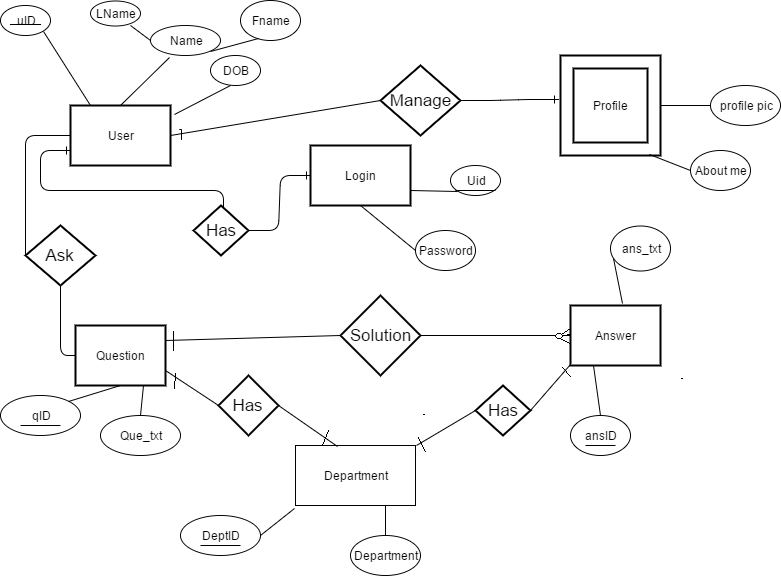
Earlier version of the draw.io export ER-Diagram.png (jefhunt/Educational-Networking-Tool). Source tidied: cells renumbered, new cells last; positions are measured from the earlier drawing's top-left corner, leaving out a move shared by most shapes. The source it was exported from:
```xml
<mxGraphModel background="#ffffff">
  <root>
    <mxCell id="0" />
    <mxCell id="1" parent="0" />
    <mxCell id="2" style="edgeStyle=entityRelationEdgeStyle;html=1;endArrow=ERone;endFill=1;entryX=0;entryY=0.75;exitX=0;exitY=0.5;" parent="1" edge="1" source="22" target="3">
      <mxGeometry relative="1" as="geometry" />
    </mxCell>
    <mxCell id="3" value="User" style="strokeWidth=2;whiteSpace=wrap;html=1;align=center;" parent="1" vertex="1">
      <mxGeometry x="70" y="105" width="100" height="60" as="geometry" />
    </mxCell>
    <mxCell id="4" value="Question" style="strokeWidth=2;whiteSpace=wrap;html=1;align=center;" parent="1" vertex="1">
      <mxGeometry x="75" y="325" width="90" height="60" as="geometry" />
    </mxCell>
    <mxCell id="5" value="Login" style="strokeWidth=2;whiteSpace=wrap;html=1;align=center;" parent="1" vertex="1">
      <mxGeometry x="310" y="145" width="100" height="60" as="geometry" />
    </mxCell>
    <mxCell id="6" value="Answer" style="strokeWidth=2;whiteSpace=wrap;html=1;align=center;" parent="1" vertex="1">
      <mxGeometry x="570" y="305" width="90" height="60" as="geometry" />
    </mxCell>
    <mxCell id="7" value="qID" style="ellipse;whiteSpace=wrap;html=1;" parent="1" vertex="1">
      <mxGeometry y="395" width="80" height="40" as="geometry" />
    </mxCell>
    <mxCell id="8" value="Que_txt" style="ellipse;whiteSpace=wrap;html=1;" parent="1" vertex="1">
      <mxGeometry x="100" y="415" width="80" height="40" as="geometry" />
    </mxCell>
    <mxCell id="9" value="Solution" style="shape=rhombus;strokeWidth=2;fontSize=17;perimeter=rhombusPerimeter;whiteSpace=wrap;html=1;align=center;" parent="1" vertex="1">
      <mxGeometry x="340" y="295" width="80" height="80" as="geometry" />
    </mxCell>
    <mxCell id="10" value="uID" style="ellipse;whiteSpace=wrap;html=1;" parent="1" vertex="1">
      <mxGeometry y="5" width="50" height="30" as="geometry" />
    </mxCell>
    <mxCell id="11" value="Profile" style="shape=ext;strokeWidth=2;margin=10;double=1;whiteSpace=wrap;html=1;align=center;" parent="1" vertex="1">
      <mxGeometry x="560" y="55" width="100" height="100" as="geometry" />
    </mxCell>
    <mxCell id="12" value="Name" style="ellipse;whiteSpace=wrap;html=1;" parent="1" vertex="1">
      <mxGeometry x="150" y="25" width="70" height="30" as="geometry" />
    </mxCell>
    <mxCell id="13" value="Fname" style="ellipse;whiteSpace=wrap;html=1;" parent="1" vertex="1">
      <mxGeometry x="240" width="60" height="40" as="geometry" />
    </mxCell>
    <mxCell id="14" value="LName" style="ellipse;whiteSpace=wrap;html=1;" parent="1" vertex="1">
      <mxGeometry x="90" width="50" height="25" as="geometry" />
    </mxCell>
    <mxCell id="15" value="Uid" style="ellipse;whiteSpace=wrap;html=1;" parent="1" vertex="1">
      <mxGeometry x="450" y="165" width="50" height="30" as="geometry" />
    </mxCell>
    <mxCell id="16" style="endArrow=none;html=1;exitX=1;exitY=1;" parent="1" edge="1" source="10">
      <mxGeometry relative="1" as="geometry">
        <mxPoint x="90" y="105" as="targetPoint" />
      </mxGeometry>
    </mxCell>
    <mxCell id="17" style="endArrow=none;html=1;entryX=0.271;entryY=1.067;entryPerimeter=0;exitX=0.5;exitY=0;" parent="1" edge="1" source="3" target="12">
      <mxGeometry relative="1" as="geometry" />
    </mxCell>
    <mxCell id="18" style="endArrow=none;html=1;exitX=0;exitY=0.5;" parent="1" edge="1" source="12">
      <mxGeometry relative="1" as="geometry">
        <mxPoint x="130" y="25" as="targetPoint" />
      </mxGeometry>
    </mxCell>
    <mxCell id="19" style="endArrow=none;html=1;entryX=0.3;entryY=0.95;entryPerimeter=0;exitX=1;exitY=1;" parent="1" edge="1" source="12" target="13">
      <mxGeometry relative="1" as="geometry" />
    </mxCell>
    <mxCell id="20" value="DOB" style="ellipse;whiteSpace=wrap;html=1;" parent="1" vertex="1">
      <mxGeometry x="210" y="55" width="50" height="30" as="geometry" />
    </mxCell>
    <mxCell id="21" style="endArrow=none;html=1;exitX=1.04;exitY=0.15;exitPerimeter=0;" parent="1" edge="1" source="3">
      <mxGeometry relative="1" as="geometry">
        <mxPoint x="230" y="85" as="targetPoint" />
      </mxGeometry>
    </mxCell>
    <mxCell id="22" value="Has" style="shape=rhombus;strokeWidth=2;fontSize=17;perimeter=rhombusPerimeter;whiteSpace=wrap;html=1;align=center;" parent="1" vertex="1">
      <mxGeometry x="193" y="205" width="55" height="50" as="geometry" />
    </mxCell>
    <mxCell id="23" style="edgeStyle=entityRelationEdgeStyle;html=1;endArrow=ERone;endFill=1;entryX=0;entryY=0.5;exitX=1;exitY=0.5;" parent="1" edge="1" source="22" target="5">
      <mxGeometry relative="1" as="geometry" />
    </mxCell>
    <mxCell id="24" value="Manage" style="shape=rhombus;strokeWidth=2;fontSize=17;perimeter=rhombusPerimeter;whiteSpace=wrap;html=1;align=center;" parent="1" vertex="1">
      <mxGeometry x="380" y="65" width="80" height="70" as="geometry" />
    </mxCell>
    <mxCell id="25" style="edgeStyle=entityRelationEdgeStyle;html=1;endArrow=ERone;endFill=1;entryX=-0.02;entryY=0.44;entryPerimeter=0;exitX=1;exitY=0.5;" parent="1" edge="1" source="24" target="11">
      <mxGeometry relative="1" as="geometry" />
    </mxCell>
    <mxCell id="26" style="edgeStyle=entityRelationEdgeStyle;html=1;endArrow=ERone;endFill=1;entryX=0;entryY=0.5;exitX=1;exitY=0.5;" parent="1" edge="1" source="9" target="6">
      <mxGeometry relative="1" as="geometry" />
    </mxCell>
    <mxCell id="27" value="Ask" style="shape=rhombus;strokeWidth=2;fontSize=17;perimeter=rhombusPerimeter;whiteSpace=wrap;html=1;align=center;" parent="1" vertex="1">
      <mxGeometry x="25" y="225" width="70" height="60" as="geometry" />
    </mxCell>
    <mxCell id="28" style="endArrow=none;html=1;entryX=0;entryY=0.5;exitX=0.5;exitY=1;" parent="1" edge="1" source="27" target="4">
      <mxGeometry relative="1" as="geometry">
        <Array as="points">
          <mxPoint x="60" y="355" />
        </Array>
      </mxGeometry>
    </mxCell>
    <mxCell id="29" style="endArrow=none;html=1;entryX=0;entryY=0.5;exitX=0;exitY=0.5;" parent="1" edge="1" source="27" target="3">
      <mxGeometry relative="1" as="geometry">
        <Array as="points">
          <mxPoint x="25" y="135" />
        </Array>
      </mxGeometry>
    </mxCell>
    <mxCell id="30" style="endArrow=none;html=1;entryX=0;entryY=0.5;exitX=1;exitY=0.25;" parent="1" edge="1" source="4" target="9">
      <mxGeometry relative="1" as="geometry" />
    </mxCell>
    <mxCell id="31" style="endArrow=none;html=1;exitX=0.5;exitY=0;entryX=0.75;entryY=1;" parent="1" edge="1" source="8" target="4">
      <mxGeometry relative="1" as="geometry" />
    </mxCell>
    <mxCell id="32" style="endArrow=none;html=1;exitX=1;exitY=0;entryX=0.5;entryY=1;" parent="1" edge="1" source="7" target="4">
      <mxGeometry relative="1" as="geometry" />
    </mxCell>
    <mxCell id="33" style="endArrow=none;html=1;entryX=0;entryY=1;exitX=1;exitY=0.75;" parent="1" edge="1" source="5" target="15">
      <mxGeometry relative="1" as="geometry" />
    </mxCell>
    <mxCell id="34" value="Password" style="ellipse;whiteSpace=wrap;html=1;" parent="1" vertex="1">
      <mxGeometry x="415" y="230" width="60" height="40" as="geometry" />
    </mxCell>
    <mxCell id="35" style="endArrow=none;html=1;entryX=0;entryY=0.5;exitX=0.5;exitY=1;" parent="1" edge="1" source="5" target="34">
      <mxGeometry relative="1" as="geometry" />
    </mxCell>
    <mxCell id="36" style="endArrow=none;html=1;entryX=0;entryY=0.5;exitX=1;exitY=0.5;" parent="1" edge="1" source="3" target="24">
      <mxGeometry relative="1" as="geometry" />
    </mxCell>
    <mxCell id="37" value="ansID" style="ellipse;whiteSpace=wrap;html=1;" parent="1" vertex="1">
      <mxGeometry x="570" y="415" width="60" height="40" as="geometry" />
    </mxCell>
    <mxCell id="38" style="endArrow=none;html=1;entryX=0.25;entryY=1;exitX=0.5;exitY=0;" parent="1" edge="1" source="37" target="6">
      <mxGeometry relative="1" as="geometry" />
    </mxCell>
    <mxCell id="39" value="ans_txt" style="ellipse;whiteSpace=wrap;html=1;" parent="1" vertex="1">
      <mxGeometry x="610" y="225" width="60" height="45" as="geometry" />
    </mxCell>
    <mxCell id="40" value="About me" style="ellipse;whiteSpace=wrap;html=1;" parent="1" vertex="1">
      <mxGeometry x="690" y="150" width="60" height="40" as="geometry" />
    </mxCell>
    <mxCell id="41" value="profile pic" style="ellipse;whiteSpace=wrap;html=1;" parent="1" vertex="1">
      <mxGeometry x="710" y="85" width="70" height="40" as="geometry" />
    </mxCell>
    <mxCell id="42" style="endArrow=none;html=1;entryX=0;entryY=0.5;exitX=0.89;exitY=0.99;exitPerimeter=0;" parent="1" edge="1" source="11" target="40">
      <mxGeometry relative="1" as="geometry" />
    </mxCell>
    <mxCell id="43" style="endArrow=none;html=1;entryX=0;entryY=0.5;exitX=1;exitY=0.5;" parent="1" edge="1" source="11" target="41">
      <mxGeometry relative="1" as="geometry" />
    </mxCell>
    <mxCell id="44" style="endArrow=none;html=1;entryX=0.05;entryY=0.733;entryPerimeter=0;exitX=0.578;exitY=-0.033;exitPerimeter=0;" parent="1" edge="1" source="6" target="39">
      <mxGeometry relative="1" as="geometry" />
    </mxCell>
    <mxCell id="45" style="endArrow=none;html=1;" parent="1" edge="1">
      <mxGeometry relative="1" as="geometry">
        <mxPoint x="10" y="24" as="sourcePoint" />
        <mxPoint x="40" y="24" as="targetPoint" />
        <Array as="points">
          <mxPoint x="40" y="24" />
        </Array>
      </mxGeometry>
    </mxCell>
    <mxCell id="46" style="endArrow=none;html=1;" parent="1" edge="1">
      <mxGeometry relative="1" as="geometry">
        <mxPoint x="455" y="190" as="sourcePoint" />
        <mxPoint x="495" y="190" as="targetPoint" />
      </mxGeometry>
    </mxCell>
    <mxCell id="47" style="endArrow=none;html=1;" parent="1" edge="1">
      <mxGeometry relative="1" as="geometry">
        <mxPoint x="20" y="425" as="sourcePoint" />
        <mxPoint x="60" y="425" as="targetPoint" />
      </mxGeometry>
    </mxCell>
    <mxCell id="48" style="endArrow=none;html=1;" parent="1" edge="1">
      <mxGeometry relative="1" as="geometry">
        <mxPoint x="585" y="445" as="sourcePoint" />
        <mxPoint x="615" y="445" as="targetPoint" />
      </mxGeometry>
    </mxCell>
    <mxCell id="49" value="Department" style="whiteSpace=wrap;html=1;" parent="1" vertex="1">
      <mxGeometry x="295" y="445" width="120" height="60" as="geometry" />
    </mxCell>
    <mxCell id="50" value="DeptID" style="ellipse;whiteSpace=wrap;html=1;" parent="1" vertex="1">
      <mxGeometry x="180" y="515" width="80" height="40" as="geometry" />
    </mxCell>
    <mxCell id="51" value="Department" style="ellipse;whiteSpace=wrap;html=1;" parent="1" vertex="1">
      <mxGeometry x="350" y="535" width="70" height="40" as="geometry" />
    </mxCell>
    <mxCell id="52" value="Has" style="shape=rhombus;strokeWidth=2;fontSize=17;perimeter=rhombusPerimeter;whiteSpace=wrap;html=1;align=center;" parent="1" vertex="1">
      <mxGeometry x="218" y="375" width="60" height="60" as="geometry" />
    </mxCell>
    <mxCell id="53" value="Has" style="shape=rhombus;strokeWidth=2;fontSize=17;perimeter=rhombusPerimeter;whiteSpace=wrap;html=1;align=center;" parent="1" vertex="1">
      <mxGeometry x="475" y="385" width="55" height="50" as="geometry" />
    </mxCell>
    <mxCell id="54" style="endArrow=none;html=1;entryX=0;entryY=0.5;exitX=1;exitY=0.75;" parent="1" edge="1" source="4" target="52">
      <mxGeometry relative="1" as="geometry" />
    </mxCell>
    <mxCell id="55" style="endArrow=none;html=1;exitX=1;exitY=0.5;entryX=0.35;entryY=0.017;entryPerimeter=0;" parent="1" edge="1" source="52" target="49">
      <mxGeometry relative="1" as="geometry" />
    </mxCell>
    <mxCell id="56" style="endArrow=none;html=1;entryX=0;entryY=0.5;exitX=1.008;exitY=0;exitPerimeter=0;" parent="1" edge="1" source="49" target="53">
      <mxGeometry relative="1" as="geometry" />
    </mxCell>
    <mxCell id="57" style="endArrow=none;html=1;entryX=0;entryY=0.983;entryPerimeter=0;exitX=1;exitY=0.5;" parent="1" edge="1" source="53" target="6">
      <mxGeometry relative="1" as="geometry" />
    </mxCell>
    <mxCell id="58" style="endArrow=none;html=1;entryX=-0.008;entryY=1.05;entryPerimeter=0;exitX=1;exitY=0.5;" parent="1" edge="1" source="50" target="49">
      <mxGeometry relative="1" as="geometry" />
    </mxCell>
    <mxCell id="59" style="endArrow=none;html=1;exitX=0.5;exitY=0;entryX=0.75;entryY=1;" parent="1" edge="1" source="51" target="49">
      <mxGeometry relative="1" as="geometry" />
    </mxCell>
    <mxCell id="60" style="endArrow=none;html=1;" parent="1" edge="1">
      <mxGeometry relative="1" as="geometry">
        <mxPoint x="200" y="545" as="sourcePoint" />
        <mxPoint x="240" y="545" as="targetPoint" />
      </mxGeometry>
    </mxCell>
  </root>
</mxGraphModel>
```
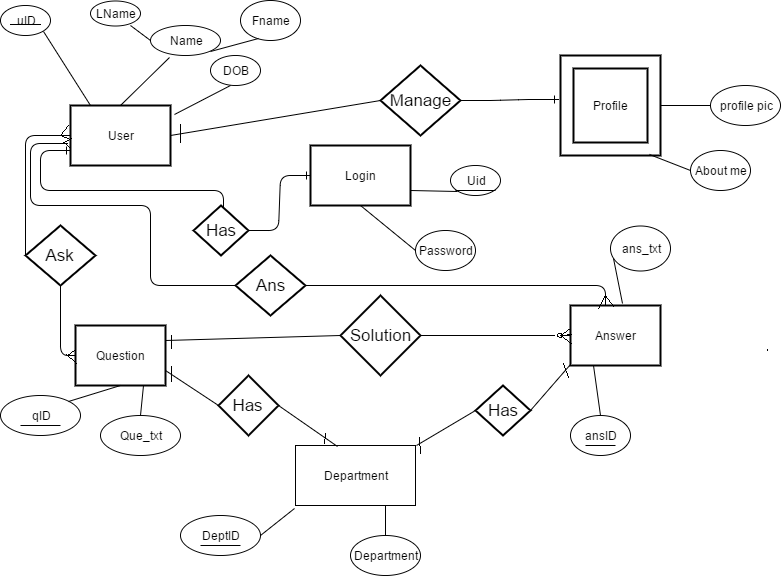
The same diagram one commit later.

The edit, as a diff of the source:
```diff
@@ -211,5 +211,25 @@
         <mxPoint x="240" y="545" as="targetPoint" />
       </mxGeometry>
     </mxCell>
+    <mxCell id="61" value="Ans" style="shape=rhombus;strokeWidth=2;fontSize=17;perimeter=rhombusPerimeter;whiteSpace=wrap;html=1;align=center;" parent="1" vertex="1">
+      <mxGeometry x="235" y="255" width="70" height="60" as="geometry" />
+    </mxCell>
+    <mxCell id="62" style="endArrow=none;html=1;entryX=0;entryY=0.5;exitX=-0.03;exitY=0.633;exitPerimeter=0;" parent="1" edge="1" source="3" target="61">
+      <mxGeometry relative="1" as="geometry">
+        <Array as="points">
+          <mxPoint x="30" y="143" />
+          <mxPoint x="30" y="205" />
+          <mxPoint x="150" y="205" />
+          <mxPoint x="150" y="285" />
+        </Array>
+      </mxGeometry>
+    </mxCell>
+    <mxCell id="63" style="endArrow=none;html=1;exitX=1;exitY=0.5;entryX=0.389;entryY=-0.017;entryPerimeter=0;" parent="1" edge="1" source="61" target="6">
+      <mxGeometry relative="1" as="geometry">
+        <Array as="points">
+          <mxPoint x="605" y="285" />
+        </Array>
+      </mxGeometry>
+    </mxCell>
   </root>
 </mxGraphModel>
```
